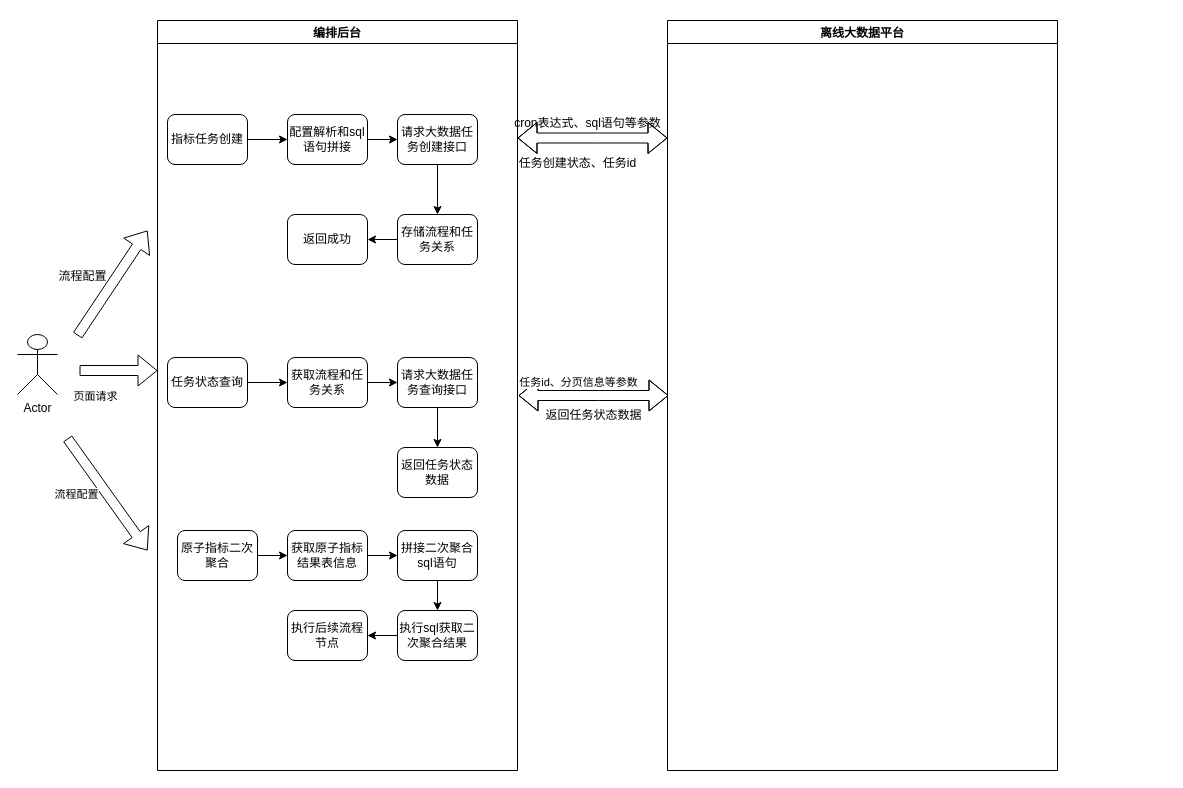
Before: 编排指标任务流程.drawio in LSDXXX/-, a draw.io diagram. Source tidied: cells renumbered, new cells numbered last; positions are measured from the earlier drawing's top-left corner, leaving out a move shared by most shapes. Both pictures are drawn from the tidied source at 100%, with x=0, y=0 at pixel (17, 20).
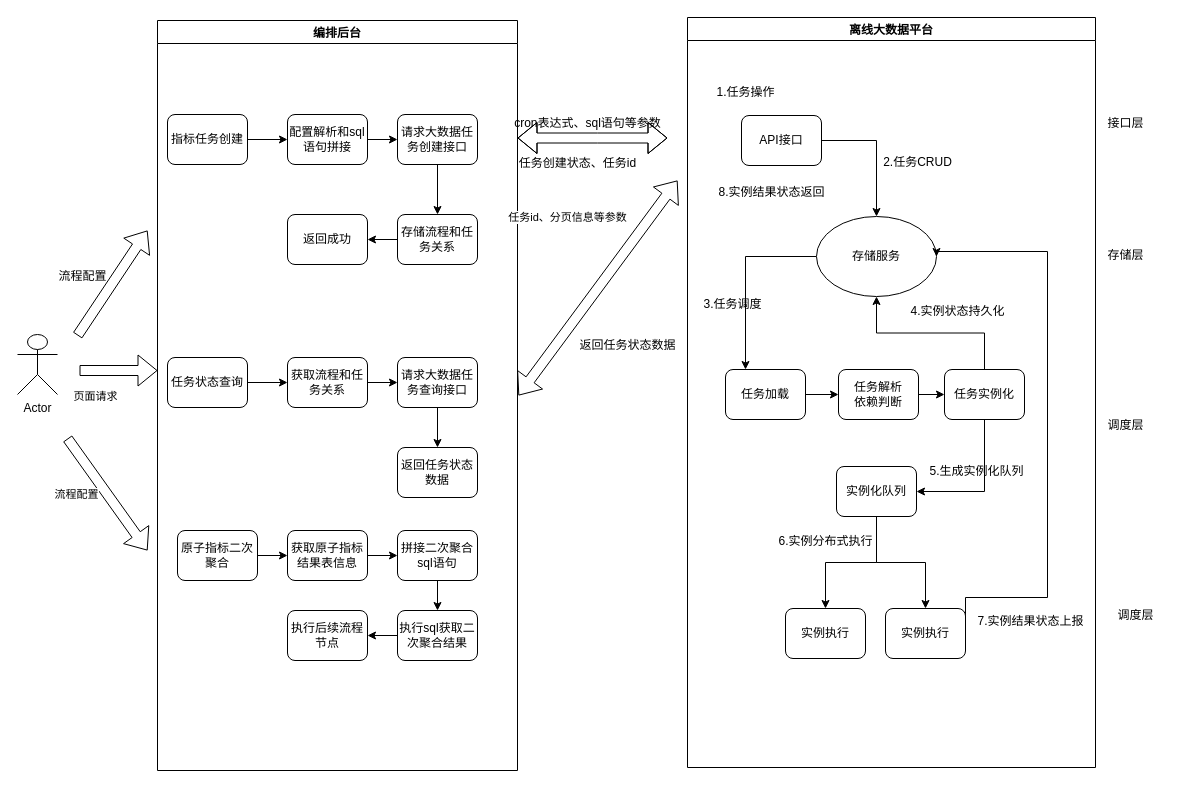
After the change.

The edit, as a diff of the source:
```diff
@@
     <mxCell id="31" value="离线大数据平台" style="swimlane;" parent="1" vertex="1">
-      <mxGeometry x="650" width="390" height="750" as="geometry" />
+      <mxGeometry x="670" y="-3" width="408" height="750" as="geometry" />
     </mxCell>
+    <mxCell id="42" style="edgeStyle=orthogonalEdgeStyle;rounded=0;jettySize=auto;html=1;exitX=1;exitY=0.5;exitDx=0;exitDy=0;entryX=0.5;entryY=0;entryDx=0;entryDy=0;" parent="31" edge="1" source="43" target="46">
+      <mxGeometry relative="1" as="geometry" />
+    </mxCell>
+    <mxCell id="43" value="API接口" style="rounded=1;whiteSpace=wrap;html=1;" parent="31" vertex="1">
+      <mxGeometry x="54" y="98" width="80" height="50" as="geometry" />
+    </mxCell>
+    <mxCell id="44" value="2.任务CRUD" style="text;html=1;align=center;verticalAlign=middle;strokeColor=none;fillColor=none;" parent="31" vertex="1">
+      <mxGeometry x="185" y="130" width="90" height="30" as="geometry" />
+    </mxCell>
+    <mxCell id="45" style="edgeStyle=orthogonalEdgeStyle;rounded=0;jettySize=auto;html=1;exitX=0;exitY=0.5;exitDx=0;exitDy=0;entryX=0.25;entryY=0;entryDx=0;entryDy=0;" parent="31" edge="1" source="46" target="48">
+      <mxGeometry relative="1" as="geometry" />
+    </mxCell>
+    <mxCell id="46" value="存储服务" style="ellipse;whiteSpace=wrap;html=1;" parent="31" vertex="1">
+      <mxGeometry x="129" y="199" width="120" height="80" as="geometry" />
+    </mxCell>
+    <mxCell id="47" style="edgeStyle=orthogonalEdgeStyle;rounded=0;jettySize=auto;html=1;exitX=1;exitY=0.5;exitDx=0;exitDy=0;entryX=0;entryY=0.5;entryDx=0;entryDy=0;" parent="31" edge="1" source="48" target="50">
+      <mxGeometry relative="1" as="geometry" />
+    </mxCell>
+    <mxCell id="48" value="任务加载" style="rounded=1;whiteSpace=wrap;html=1;" parent="31" vertex="1">
+      <mxGeometry x="38" y="352" width="80" height="50" as="geometry" />
+    </mxCell>
+    <mxCell id="49" style="edgeStyle=orthogonalEdgeStyle;rounded=0;jettySize=auto;html=1;exitX=1;exitY=0.5;exitDx=0;exitDy=0;entryX=0;entryY=0.5;entryDx=0;entryDy=0;" parent="31" edge="1" source="50" target="53">
+      <mxGeometry relative="1" as="geometry" />
+    </mxCell>
+    <mxCell id="50" value="任务解析&lt;br&gt;依赖判断" style="rounded=1;whiteSpace=wrap;html=1;" parent="31" vertex="1">
+      <mxGeometry x="151" y="352" width="80" height="50" as="geometry" />
+    </mxCell>
+    <mxCell id="51" style="edgeStyle=orthogonalEdgeStyle;rounded=0;jettySize=auto;html=1;exitX=0.5;exitY=1;exitDx=0;exitDy=0;entryX=1;entryY=0.5;entryDx=0;entryDy=0;" parent="31" edge="1" source="53" target="57">
+      <mxGeometry relative="1" as="geometry" />
+    </mxCell>
+    <mxCell id="52" style="edgeStyle=orthogonalEdgeStyle;rounded=0;jettySize=auto;html=1;exitX=0.5;exitY=0;exitDx=0;exitDy=0;entryX=0.5;entryY=1;entryDx=0;entryDy=0;" parent="31" edge="1" source="53" target="46">
+      <mxGeometry relative="1" as="geometry" />
+    </mxCell>
+    <mxCell id="53" value="任务实例化" style="rounded=1;whiteSpace=wrap;html=1;" parent="31" vertex="1">
+      <mxGeometry x="257" y="352" width="80" height="50" as="geometry" />
+    </mxCell>
+    <mxCell id="54" value="实例执行" style="rounded=1;whiteSpace=wrap;html=1;" parent="31" vertex="1">
+      <mxGeometry x="98" y="591" width="80" height="50" as="geometry" />
+    </mxCell>
+    <mxCell id="55" style="edgeStyle=orthogonalEdgeStyle;rounded=0;jettySize=auto;html=1;" parent="31" edge="1" source="57" target="59">
+      <mxGeometry relative="1" as="geometry" />
+    </mxCell>
+    <mxCell id="56" style="edgeStyle=orthogonalEdgeStyle;rounded=0;jettySize=auto;html=1;exitX=0.5;exitY=1;exitDx=0;exitDy=0;entryX=0.5;entryY=0;entryDx=0;entryDy=0;" parent="31" edge="1" source="57" target="54">
+      <mxGeometry relative="1" as="geometry" />
+    </mxCell>
+    <mxCell id="57" value="实例化队列" style="rounded=1;whiteSpace=wrap;html=1;" parent="31" vertex="1">
+      <mxGeometry x="149" y="449" width="80" height="50" as="geometry" />
+    </mxCell>
+    <mxCell id="58" style="edgeStyle=orthogonalEdgeStyle;rounded=0;jettySize=auto;html=1;exitX=1;exitY=0.5;exitDx=0;exitDy=0;entryX=1;entryY=0.5;entryDx=0;entryDy=0;" parent="31" edge="1" source="59" target="46">
+      <mxGeometry relative="1" as="geometry">
+        <Array as="points">
+          <mxPoint x="278" y="580" />
+          <mxPoint x="360" y="580" />
+          <mxPoint x="360" y="234" />
+        </Array>
+      </mxGeometry>
+    </mxCell>
+    <mxCell id="59" value="实例执行" style="rounded=1;whiteSpace=wrap;html=1;" parent="31" vertex="1">
+      <mxGeometry x="198" y="591" width="80" height="50" as="geometry" />
+    </mxCell>
+    <mxCell id="60" value="1.任务操作" style="text;html=1;align=center;verticalAlign=middle;strokeColor=none;fillColor=none;" parent="31" vertex="1">
+      <mxGeometry x="18" y="60" width="80" height="30" as="geometry" />
+    </mxCell>
+    <mxCell id="61" value="3.任务调度" style="text;html=1;align=center;verticalAlign=middle;strokeColor=none;fillColor=none;" parent="31" vertex="1">
+      <mxGeometry x="5" y="272" width="80" height="30" as="geometry" />
+    </mxCell>
+    <mxCell id="62" value="4.实例状态持久化" style="text;html=1;align=center;verticalAlign=middle;strokeColor=none;fillColor=none;" parent="31" vertex="1">
+      <mxGeometry x="210" y="279" width="120" height="30" as="geometry" />
+    </mxCell>
+    <mxCell id="63" value="5.生成实例化队列" style="text;html=1;align=center;verticalAlign=middle;strokeColor=none;fillColor=none;" parent="31" vertex="1">
+      <mxGeometry x="229" y="439" width="120" height="30" as="geometry" />
+    </mxCell>
+    <mxCell id="64" value="6.实例分布式执行" style="text;html=1;align=center;verticalAlign=middle;strokeColor=none;fillColor=none;" parent="31" vertex="1">
+      <mxGeometry x="78" y="509" width="120" height="30" as="geometry" />
+    </mxCell>
+    <mxCell id="65" value="7.实例结果状态上报" style="text;html=1;align=center;verticalAlign=middle;strokeColor=none;fillColor=none;" parent="31" vertex="1">
+      <mxGeometry x="278" y="589" width="130" height="30" as="geometry" />
+    </mxCell>
+    <mxCell id="66" value="8.实例结果状态返回" style="text;html=1;align=center;verticalAlign=middle;strokeColor=none;fillColor=none;" parent="31" vertex="1">
+      <mxGeometry x="19" y="160" width="130" height="30" as="geometry" />
+    </mxCell>
@@
     <mxCell id="37" style="shape=flexArrow;endArrow=classic;startArrow=classic;html=1;rounded=0;" parent="1" edge="1">
       <mxGeometry relative="1" as="geometry">
         <mxPoint x="501" y="375" as="sourcePoint" />
-        <mxPoint x="651" y="375" as="targetPoint" />
-        <Array as="points">
-          <mxPoint x="581" y="375" />
-        </Array>
+        <mxPoint x="660" y="160" as="targetPoint" />
       </mxGeometry>
     </mxCell>
     <mxCell id="38" value="任务id、分页信息等参数" style="edgeLabel;html=1;align=center;verticalAlign=middle;" parent="37" vertex="1">
       <mxGeometry x="-0.23" y="5" relative="1" as="geometry">
-        <mxPoint x="1" y="-9" as="offset" />
+        <mxPoint x="-9" y="-93" as="offset" />
       </mxGeometry>
     </mxCell>
     <mxCell id="39" value="返回任务状态数据" style="text;html=1;align=center;verticalAlign=middle;strokeColor=none;fillColor=none;" parent="1" vertex="1">
-      <mxGeometry x="516" y="380" width="120" height="30" as="geometry" />
+      <mxGeometry x="550" y="310" width="120" height="30" as="geometry" />
     </mxCell>
@@
+    <mxCell id="67" value="接口层" style="text;html=1;align=center;verticalAlign=middle;strokeColor=none;fillColor=none;" parent="1" vertex="1">
+      <mxGeometry x="1078" y="88" width="60" height="30" as="geometry" />
+    </mxCell>
+    <mxCell id="68" value="存储层" style="text;html=1;align=center;verticalAlign=middle;strokeColor=none;fillColor=none;" parent="1" vertex="1">
+      <mxGeometry x="1078" y="220" width="60" height="30" as="geometry" />
+    </mxCell>
+    <mxCell id="69" value="调度层" style="text;html=1;align=center;verticalAlign=middle;strokeColor=none;fillColor=none;" parent="1" vertex="1">
+      <mxGeometry x="1078" y="390" width="60" height="30" as="geometry" />
+    </mxCell>
+    <mxCell id="70" value="调度层" style="text;html=1;align=center;verticalAlign=middle;strokeColor=none;fillColor=none;" parent="1" vertex="1">
+      <mxGeometry x="1088" y="580" width="60" height="30" as="geometry" />
+    </mxCell>
```
